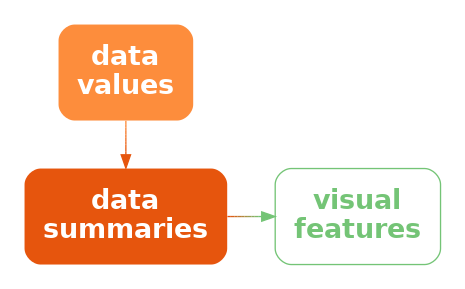
This is Diagrams/stat-vis.png from pmur002/hdvw, a Graphviz export, as it was before one commit. Its source is kept beside it as Diagrams/stat-vis.dot.
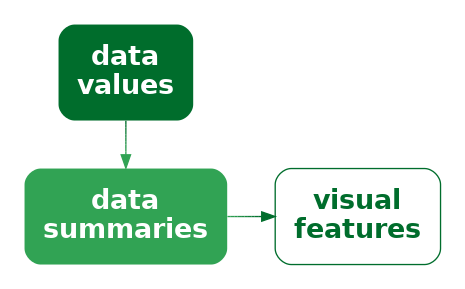
The same file after the commit.

Diff of the diagram source:
```diff
@@ -1,11 +1,11 @@
 digraph {
   graph [ rankdir=LR; margin=.2; nodesep=.5 ];
   node [ fontsize=20; fontname="sans bold"; margin=.2 ];
-  data [ label="data\nvalues"; shape=box; style="filled, rounded"; penwidth=0; fontcolor=white; fillcolor="#FD8D3C" ]
-  stat [ label="data\nsummaries"; shape=box; style="filled, rounded"; penwidth=0; fontcolor=white; fillcolor="#E6550D" ]
+  data [ label="data\nvalues"; shape=box; style="filled, rounded"; penwidth=0; fontcolor=white; fillcolor="#006D2C" ]
+  stat [ label="data\nsummaries"; shape=box; style="filled, rounded"; penwidth=0; fontcolor=white; fillcolor="#31A354" ]
   vis [ label="visual\nfeatures"; shape=box;
-     style="rounded"; color="#74C476"; fontcolor="#74C476" ]
-  data -> stat [ style="solid"; penwidth=1; color="#FD8D3C;0.1:#FA8737;0.1:#F88132;0.1:#F57A2C;0.1:#F37427;0.1:#F06E22;0.1:#EE681D;0.1:#EB6117;0.1:#E95B12;0.1:#E6550D;0.1" ]
-  stat -> vis [ style="bold"; penwidth=1; color="#E6550D;0.1:#D96119;0.1:#CD6E24;0.1:#C07A30;0.1:#B3863C;0.1:#A79347;0.1:#9A9F53;0.1:#8DAB5F;0.1:#81B86A;0.1:#74C476;0.1" ]
+     style="rounded"; color="#006D2C"; fontcolor="#006D2C" ]
+  data -> stat [ style="solid"; penwidth=1; color="#006D2C;0.1:#057330;0.1:#0B7935;0.1:#107F39;0.1:#16853E;0.1:#1B8B42;0.1:#219147;0.1:#26974B;0.1:#2C9D50;0.1:#31A354;0.1" ]
+  stat -> vis [ style="bold"; penwidth=1; color="#31A354;0.1:#2C9D50;0.1:#26974B;0.1:#219147;0.1:#1B8B42;0.1:#16853E;0.1:#107F39;0.1:#0B7935;0.1:#057330;0.1:#006D2C;0.1" ]
 { rank=same; data, stat }
 }
```
